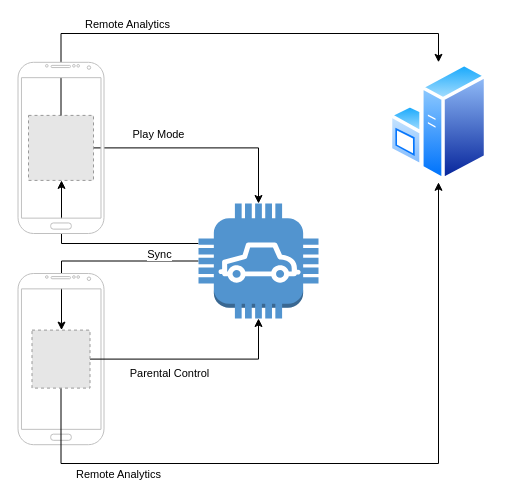
Earlier version of the draw.io diagram page "Page-1" (1 of 2) of docs/rc-car.drawio (SEPM-Nov-2022/sepm-rc-car). Source tidied: cells renumbered, new cells numbered last; positions are measured from the earlier drawing's top-left corner, leaving out a move shared by most shapes. Both pictures are drawn from the tidied source at 100%, with x=0, y=0 at pixel (18, 33). Pictures stored in the file or linked from it are replaced by grey dashed boxes.
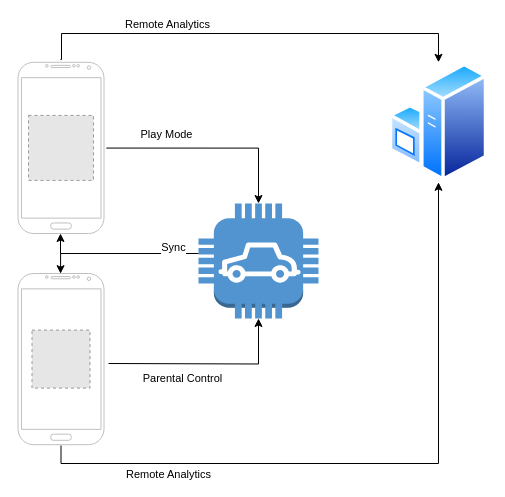
After the change.

Unchanged cells that the change refers to:
```xml
<mxCell id="4" style="fillColor=#E6E6E6;strokeColor=#999999;dashed=1;html=1;verticalAlign=top;verticalLabelPosition=bottom;labelBackgroundColor=#ffffff;" parent="1" vertex="1">
  <mxGeometry x="10" y="81.9" width="65" height="65" as="geometry" />
</mxCell>
<mxCell id="10" style="outlineConnect=0;dashed=0;verticalLabelPosition=bottom;verticalAlign=top;align=center;html=1;shape=mxgraph.aws3.car;fillColor=#5294CF;gradientColor=none;" parent="1" vertex="1">
  <mxGeometry x="180" y="170" width="120" height="115" as="geometry" />
</mxCell>
<mxCell id="11" style="perimeter=ellipsePerimeter;html=1;align=center;shadow=0;dashed=0;spacingTop=3;image;image=img/lib/active_directory/windows_server.svg;" parent="1" vertex="1">
  <mxGeometry x="370.8" y="28.8" width="98.4" height="120" as="geometry" />
</mxCell>
<mxCell id="12" style="verticalLabelPosition=bottom;verticalAlign=top;html=1;shadow=0;dashed=0;strokeWidth=1;shape=mxgraph.android.phone2;strokeColor=#c0c0c0;" parent="1" vertex="1">
  <mxGeometry x="-0.5" y="28.8" width="86" height="171.2" as="geometry" />
</mxCell>
<mxCell id="13" style="verticalLabelPosition=bottom;verticalAlign=top;html=1;shadow=0;dashed=0;strokeWidth=1;shape=mxgraph.android.phone2;strokeColor=#c0c0c0;" parent="1" vertex="1">
  <mxGeometry x="-0.5" y="240" width="86" height="171.2" as="geometry" />
</mxCell>
<mxCell id="18" style="fillColor=#E6E6E6;strokeColor=#999999;dashed=1;html=1;verticalAlign=top;verticalLabelPosition=bottom;labelBackgroundColor=#ffffff;" parent="1" vertex="1">
  <mxGeometry x="13.5" y="296.6" width="58" height="58" as="geometry" />
</mxCell>
```

The edit, as a diff of the source:
```diff
@@
-    <mxCell id="2" style="edgeStyle=orthogonalEdgeStyle;rounded=0;jettySize=auto;html=1;" parent="1" edge="1" source="4" target="10">
-      <mxGeometry relative="1" as="geometry" />
+    <mxCell id="2" style="edgeStyle=orthogonalEdgeStyle;rounded=0;jettySize=auto;html=1;exitX=1.027;exitY=0.501;exitDx=0;exitDy=0;exitPerimeter=0;" parent="1" edge="1" source="12" target="10">
+      <mxGeometry relative="1" as="geometry">
+        <Array as="points">
+          <mxPoint x="240" y="115" />
+        </Array>
+      </mxGeometry>
     </mxCell>
@@
-    <mxCell id="5" style="edgeStyle=orthogonalEdgeStyle;rounded=0;jettySize=auto;html=1;exitX=0.5;exitY=0;exitDx=0;exitDy=0;" parent="1" edge="1" source="4" target="11">
+    <mxCell id="5" style="edgeStyle=orthogonalEdgeStyle;rounded=0;jettySize=auto;html=1;exitX=0.494;exitY=-0.016;exitDx=0;exitDy=0;exitPerimeter=0;" parent="1" edge="1" source="12" target="11">
       <mxGeometry relative="1" as="geometry">
         <Array as="points">
+          <mxPoint x="43" y="26" />
           <mxPoint x="43" />
           <mxPoint x="420" />
         </Array>
       </mxGeometry>
     </mxCell>
@@
-    <mxCell id="7" style="edgeStyle=orthogonalEdgeStyle;rounded=0;jettySize=auto;html=1;" parent="1" edge="1" source="10" target="4">
+    <mxCell id="7" style="edgeStyle=orthogonalEdgeStyle;rounded=0;jettySize=auto;html=1;" parent="1" edge="1" source="10">
       <mxGeometry relative="1" as="geometry">
+        <mxPoint x="42" y="200" as="targetPoint" />
         <Array as="points">
-          <mxPoint x="43" y="210" />
+          <mxPoint x="42" y="220" />
         </Array>
       </mxGeometry>
     </mxCell>
-    <mxCell id="8" style="edgeStyle=orthogonalEdgeStyle;rounded=0;jettySize=auto;html=1;" parent="1" edge="1" source="10" target="18">
+    <mxCell id="8" style="edgeStyle=orthogonalEdgeStyle;rounded=0;jettySize=auto;html=1;entryX=0.495;entryY=0.001;entryDx=0;entryDy=0;entryPerimeter=0;" parent="1" edge="1" source="10" target="13">
       <mxGeometry relative="1" as="geometry">
         <Array as="points">
-          <mxPoint x="43" y="228" />
+          <mxPoint x="42" y="220" />
         </Array>
       </mxGeometry>
     </mxCell>
@@
-    <mxCell id="14" style="edgeStyle=orthogonalEdgeStyle;rounded=0;jettySize=auto;html=1;" parent="1" edge="1" source="18" target="10">
-      <mxGeometry relative="1" as="geometry" />
+    <mxCell id="14" style="edgeStyle=orthogonalEdgeStyle;rounded=0;jettySize=auto;html=1;" parent="1" edge="1" target="10">
+      <mxGeometry relative="1" as="geometry">
+        <mxPoint x="90" y="330" as="sourcePoint" />
+      </mxGeometry>
     </mxCell>
@@
-    <mxCell id="16" style="edgeStyle=orthogonalEdgeStyle;rounded=0;jettySize=auto;html=1;" parent="1" edge="1" source="18" target="11">
+    <mxCell id="16" style="edgeStyle=orthogonalEdgeStyle;rounded=0;jettySize=auto;html=1;exitX=0.5;exitY=1.005;exitDx=0;exitDy=0;exitPerimeter=0;" parent="1" edge="1" source="13" target="11">
       <mxGeometry relative="1" as="geometry">
         <Array as="points">
           <mxPoint x="43" y="430" />
           <mxPoint x="420" y="430" />
         </Array>
       </mxGeometry>
     </mxCell>
```
